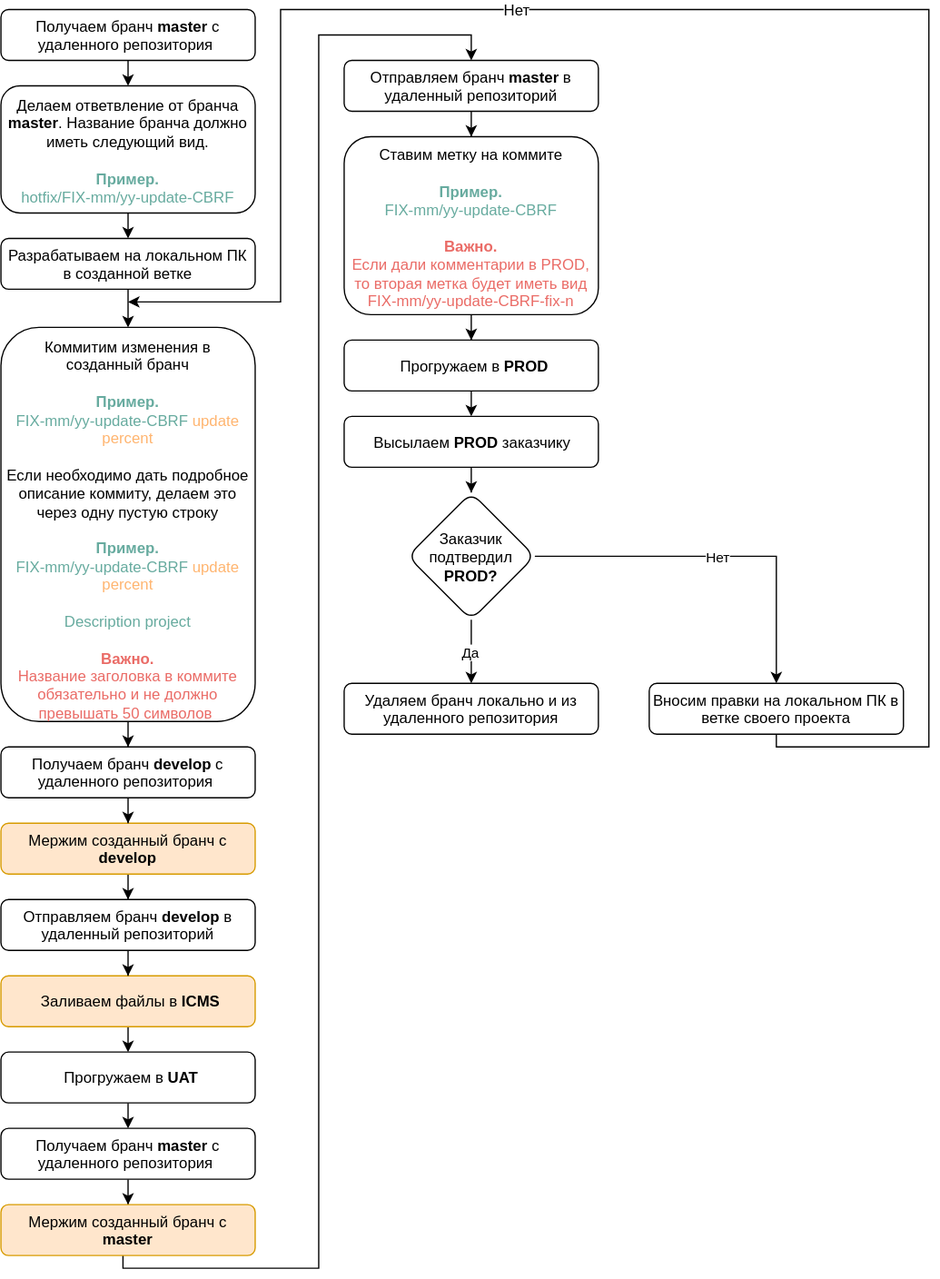
The draw.io diagram GIT roadmap hotfix.svg in biryukovkolya/upload-files, before a commit. Source tidied: cells renumbered, new cells last; positions are measured from the earlier drawing's top-left corner, leaving out a move shared by most shapes.
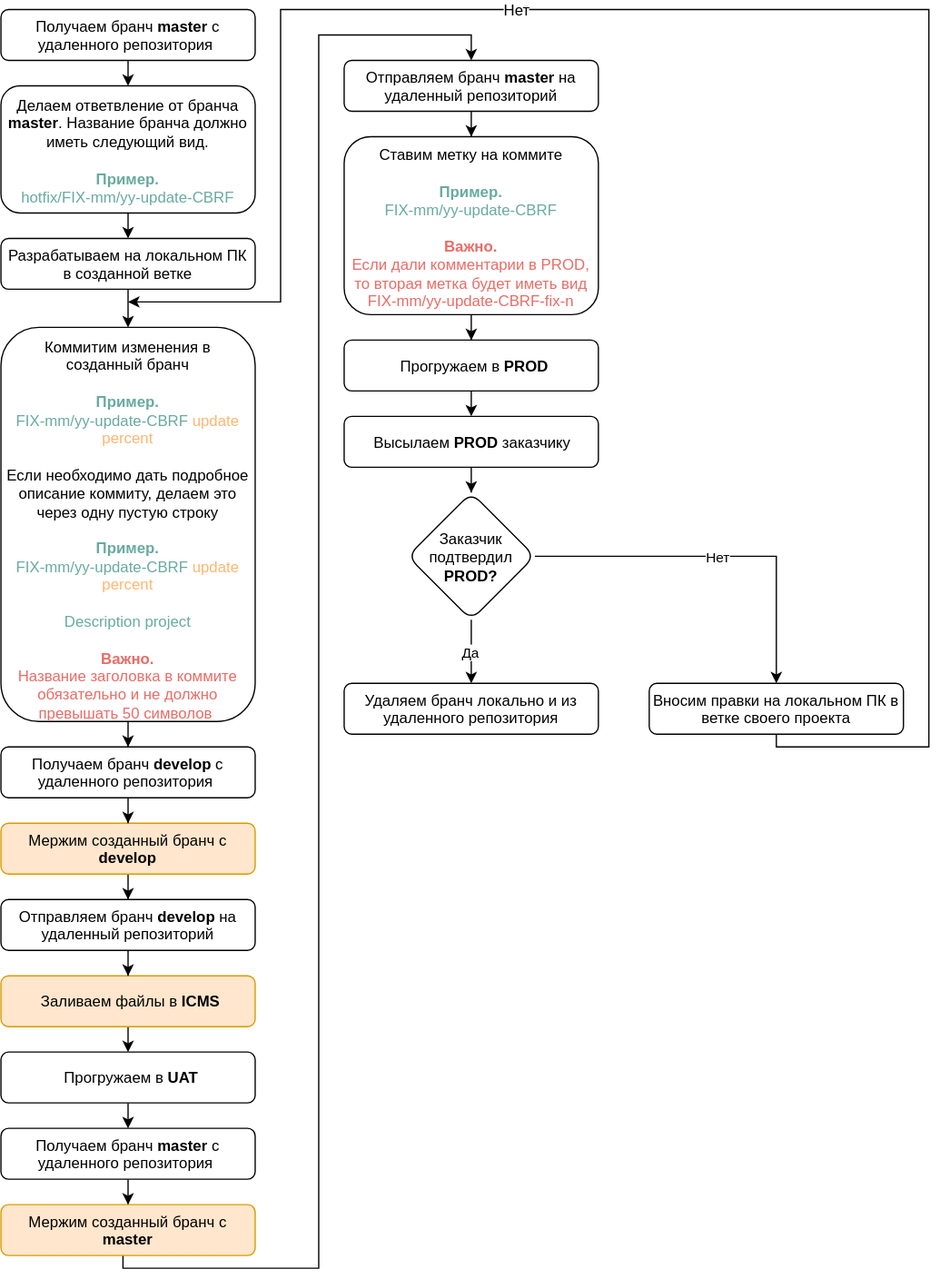
After the change.

The edit, as a diff of the source:
```diff
@@ -98,13 +98,13 @@
     <mxCell id="30" style="edgeStyle=orthogonalEdgeStyle;rounded=0;html=1;exitX=0.5;exitY=1;jettySize=auto;" parent="1" edge="1" source="31" target="15">
       <mxGeometry relative="1" as="geometry" />
     </mxCell>
-    <mxCell id="31" value="Отправляем бранч&amp;nbsp;&lt;b&gt;develop&lt;/b&gt;&amp;nbsp;в удаленный репозиторий&lt;b&gt;&lt;font color=&quot;#67ab9f&quot;&gt;&lt;br&gt;&lt;/font&gt;&lt;/b&gt;" style="rounded=1;whiteSpace=wrap;html=1;spacingRight=0;spacingLeft=0;spacing=3;" parent="1" vertex="1">
+    <mxCell id="31" value="Отправляем бранч&amp;nbsp;&lt;b&gt;develop&lt;/b&gt;&amp;nbsp;на удаленный репозиторий&lt;b&gt;&lt;font color=&quot;#67ab9f&quot;&gt;&lt;br&gt;&lt;/font&gt;&lt;/b&gt;" style="rounded=1;whiteSpace=wrap;html=1;spacingRight=0;spacingLeft=0;spacing=3;" parent="1" vertex="1">
       <mxGeometry y="700" width="200" height="40" as="geometry" />
     </mxCell>
     <mxCell id="32" style="edgeStyle=orthogonalEdgeStyle;rounded=0;comic=0;html=1;exitX=0.5;exitY=1;jettySize=auto;" parent="1" edge="1" source="33" target="38">
       <mxGeometry relative="1" as="geometry" />
     </mxCell>
-    <mxCell id="33" value="Отправляем бранч &lt;b&gt;master&lt;/b&gt;&amp;nbsp;в удаленный репозиторий&lt;br&gt;" style="rounded=1;whiteSpace=wrap;html=1;spacing=3;" parent="1" vertex="1">
+    <mxCell id="33" value="Отправляем бранч &lt;b&gt;master&lt;/b&gt;&amp;nbsp;на удаленный репозиторий&lt;br&gt;" style="rounded=1;whiteSpace=wrap;html=1;spacing=3;" parent="1" vertex="1">
       <mxGeometry x="270" y="40" width="200" height="40" as="geometry" />
     </mxCell>
     <mxCell id="34" style="edgeStyle=orthogonalEdgeStyle;rounded=0;comic=0;html=1;exitX=0.5;exitY=1;jettySize=auto;" parent="1" edge="1" source="36">
```
